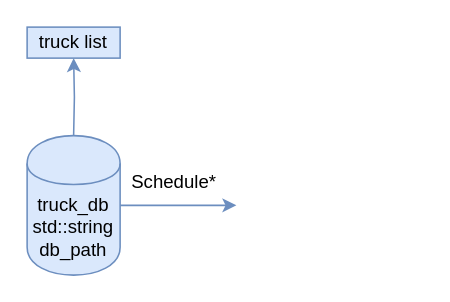
Above: page "truck_db" (5 of 20) of CR/report/resources/overall_data_structure.drawio in kira607/labs_2sem (draw.io), before the change. Source tidied: cells renumbered, new cells numbered last; positions are measured from the earlier drawing's top-left corner, leaving out a move shared by most shapes. Both pictures are drawn from the tidied source at 155%, with x=0, y=0 at pixel (26, 26).
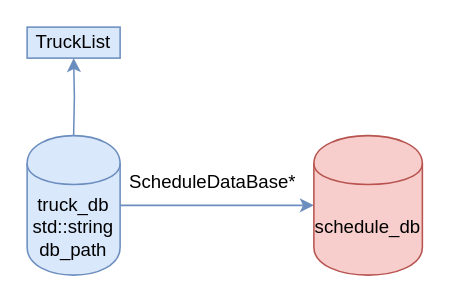
The same diagram, later.

What changed in the source:
```diff
@@
 <mxGraphModel>
   <root>
     <mxCell id="0" />
     <mxCell id="1" parent="0" />
     <mxCell id="2" style="edgeStyle=orthogonalEdgeStyle;rounded=0;jettySize=auto;html=1;entryX=0.5;entryY=1;entryDx=0;entryDy=0;fillColor=#dae8fc;strokeColor=#6c8ebf;" parent="1" edge="1" target="3">
       <mxGeometry relative="1" as="geometry">
         <mxPoint x="30" y="70" as="sourcePoint" />
       </mxGeometry>
     </mxCell>
-    <mxCell id="3" value="truck list" style="text;html=1;strokeColor=#6c8ebf;fillColor=#dae8fc;align=center;verticalAlign=middle;whiteSpace=wrap;rounded=0;" parent="1" vertex="1">
+    <mxCell id="3" value="TruckList" style="text;html=1;strokeColor=#6c8ebf;fillColor=#dae8fc;align=center;verticalAlign=middle;whiteSpace=wrap;rounded=0;" parent="1" vertex="1">
       <mxGeometry width="60" height="20" as="geometry" />
     </mxCell>
     <mxCell id="4" style="edgeStyle=orthogonalEdgeStyle;rounded=0;jettySize=auto;html=1;fillColor=#dae8fc;strokeColor=#6c8ebf;" parent="1" edge="1" source="5">
       <mxGeometry relative="1" as="geometry">
-        <mxPoint x="135" y="115" as="targetPoint" />
+        <mxPoint x="185" y="115" as="targetPoint" />
       </mxGeometry>
     </mxCell>
     <mxCell id="5" value="truck_db&lt;br&gt;std::string db_path" style="shape=cylinder;whiteSpace=wrap;html=1;boundedLbl=1;backgroundOutline=1;fillColor=#dae8fc;strokeColor=#6c8ebf;" parent="1" vertex="1">
       <mxGeometry y="70" width="60" height="90" as="geometry" />
     </mxCell>
-    <mxCell id="6" value="Schedule*" style="text;html=1;strokeColor=none;fillColor=none;align=center;verticalAlign=middle;whiteSpace=wrap;rounded=0;" parent="1" vertex="1">
-      <mxGeometry x="65" y="90" width="60" height="20" as="geometry" />
+    <mxCell id="6" value="ScheduleDataBase*" style="text;html=1;strokeColor=none;fillColor=none;align=center;verticalAlign=middle;whiteSpace=wrap;rounded=0;" parent="1" vertex="1">
+      <mxGeometry x="65" y="90" width="110" height="20" as="geometry" />
     </mxCell>
+    <mxCell id="7" value="schedule_db" style="shape=cylinder;whiteSpace=wrap;html=1;boundedLbl=1;backgroundOutline=1;fillColor=#f8cecc;strokeColor=#b85450;" parent="1" vertex="1">
+      <mxGeometry x="185" y="70" width="70" height="90" as="geometry" />
+    </mxCell>
   </root>
 </mxGraphModel>
```
